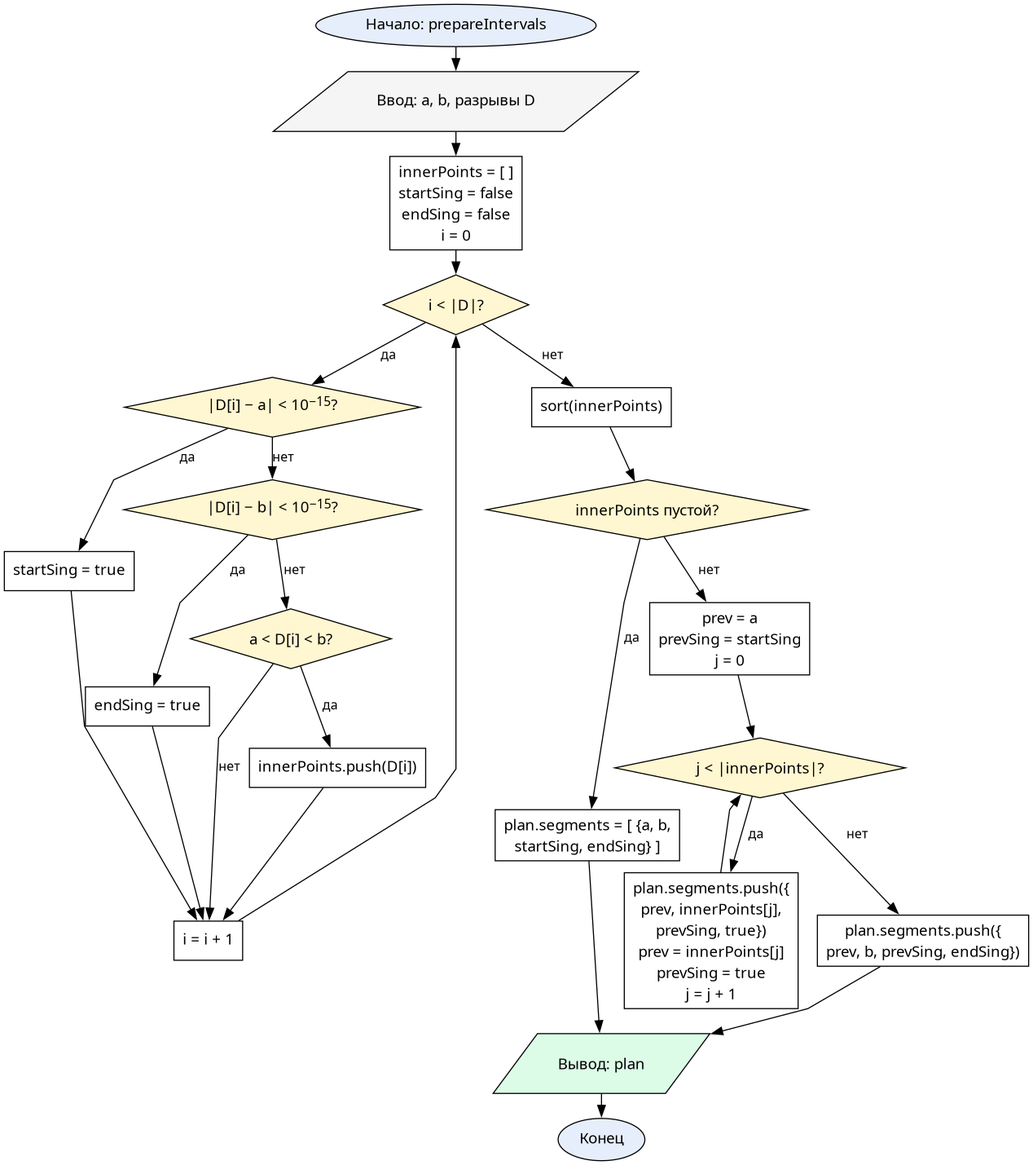
Oriptal/calc-math-lab2 keeps this Graphviz diagram as reports/resources/flowcharts/prepare_intervals.png. Above is the earlier version. Its source is kept beside it as reports/resources/flowcharts/prepare_intervals.dot. Source of this version:
```dot
digraph PrepareIntervals {
  graph [fontname="CMU Serif", rankdir=TB, nodesep=0.25, ranksep=0.3, splines=polyline]
  node  [fontname="CMU Serif", fontsize=14, style="filled", fillcolor="#ffffff", color="#000000"]
  edge  [fontname="CMU Serif", fontsize=12, color="#000000"]

  start [label="Начало: prepareIntervals", shape=oval, fillcolor="#e6eefc"]
  input [label="Ввод: a, b, разрывы D", shape=parallelogram, fillcolor="#f5f5f5"]
  init  [label=<innerPoints = [ ]<BR/>startSing = false<BR/>endSing = false<BR/>i = 0>, shape=box]

  loopD    [label=<i &lt; |D|?>, shape=diamond, fillcolor="#fff7d1"]
  isStart  [label=<|D[i] − a| &lt; 10<SUP>−15</SUP>?>, shape=diamond, fillcolor="#fff7d1"]
  setStart [label="startSing = true", shape=box]
  isEnd    [label=<|D[i] − b| &lt; 10<SUP>−15</SUP>?>, shape=diamond, fillcolor="#fff7d1"]
  setEnd   [label="endSing = true", shape=box]
  isInner  [label=<a &lt; D[i] &lt; b?>, shape=diamond, fillcolor="#fff7d1"]
  pushInn  [label="innerPoints.push(D[i])", shape=box]
  incrI    [label="i = i + 1", shape=box]

  sortInn  [label="sort(innerPoints)", shape=box]
  hasInn   [label=<innerPoints пустой?>, shape=diamond, fillcolor="#fff7d1"]

  oneSeg   [label=<plan.segments = [ {a, b,<BR/>startSing, endSing} ]>, shape=box]

  initSplit [label=<prev = a<BR/>prevSing = startSing<BR/>j = 0>, shape=box]
  loopInner [label=<j &lt; |innerPoints|?>, shape=diamond, fillcolor="#fff7d1"]
  pushSeg   [label=<plan.segments.push({<BR/>prev, innerPoints[j],<BR/>prevSing, true})<BR/>prev = innerPoints[j]<BR/>prevSing = true<BR/>j = j + 1>, shape=box]
  pushTail  [label=<plan.segments.push({<BR/>prev, b, prevSing, endSing})>, shape=box]

  ret  [label=<Вывод: plan>, shape=parallelogram, fillcolor="#dcfce7"]
  stop [label="Конец", shape=oval, fillcolor="#e6eefc"]

  start -> input -> init -> loopD
  loopD -> sortInn [label="нет"]
  loopD -> isStart [label="да"]
  isStart -> setStart [label="да"]
  setStart -> incrI
  isStart -> isEnd [label="нет"]
  isEnd -> setEnd [label="да"]
  setEnd -> incrI
  isEnd -> isInner [label="нет"]
  isInner -> pushInn [label="да"]
  pushInn -> incrI
  isInner -> incrI [label="нет"]
  incrI -> loopD

  sortInn -> hasInn
  hasInn -> oneSeg [label="да"]
  oneSeg -> ret
  hasInn -> initSplit [label="нет"]
  initSplit -> loopInner
  loopInner -> pushSeg [label="да"]
  pushSeg -> loopInner
  loopInner -> pushTail [label="нет"]
  pushTail -> ret
  ret -> stop
}
```
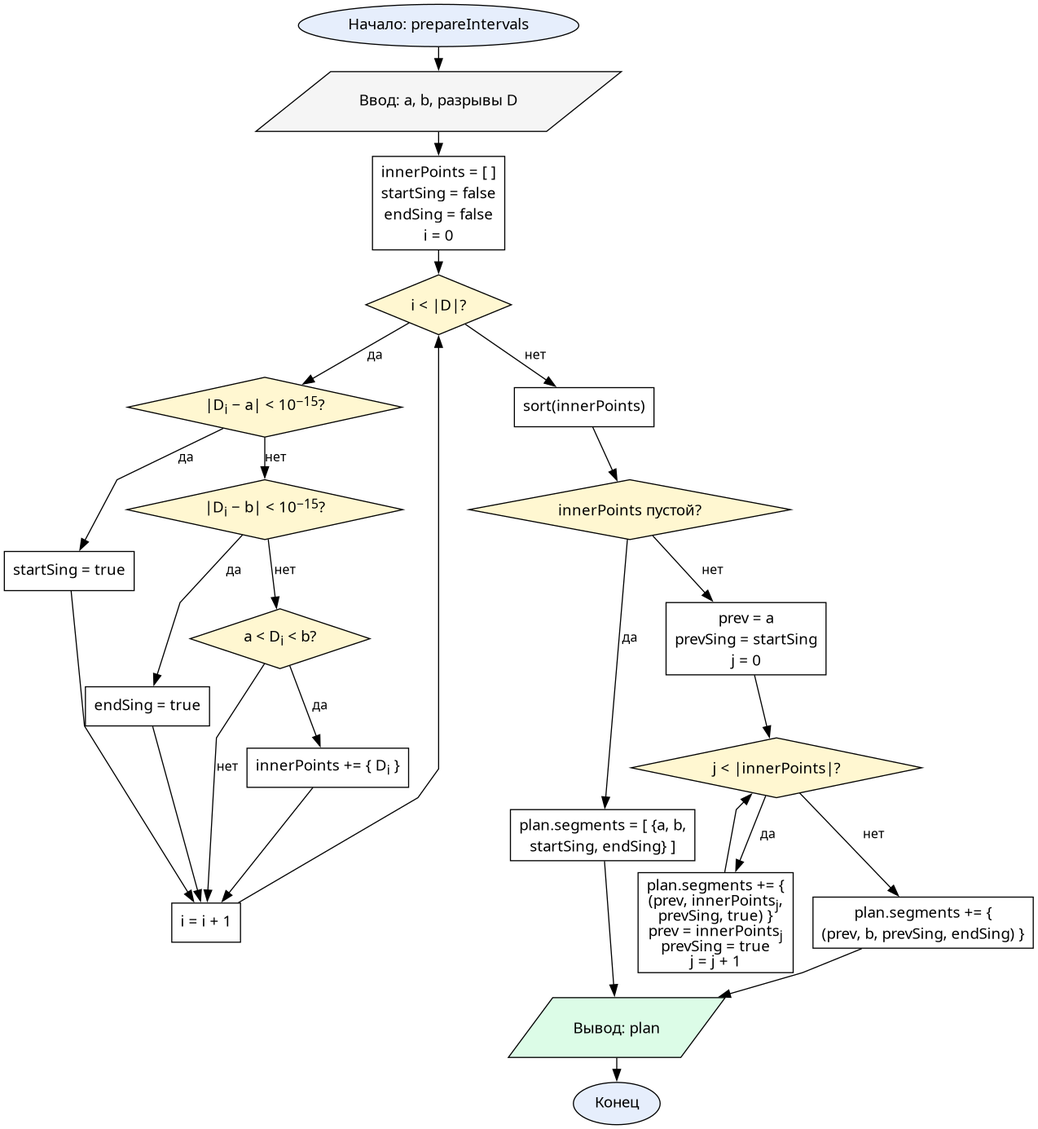
Later version of the same file.

The edit, as a diff of the source:
```diff
@@ -8,12 +8,12 @@
   init  [label=<innerPoints = [ ]<BR/>startSing = false<BR/>endSing = false<BR/>i = 0>, shape=box]
 
   loopD    [label=<i &lt; |D|?>, shape=diamond, fillcolor="#fff7d1"]
-  isStart  [label=<|D[i] − a| &lt; 10<SUP>−15</SUP>?>, shape=diamond, fillcolor="#fff7d1"]
+  isStart  [label=<|D<SUB>i</SUB> − a| &lt; 10<SUP>−15</SUP>?>, shape=diamond, fillcolor="#fff7d1"]
   setStart [label="startSing = true", shape=box]
-  isEnd    [label=<|D[i] − b| &lt; 10<SUP>−15</SUP>?>, shape=diamond, fillcolor="#fff7d1"]
+  isEnd    [label=<|D<SUB>i</SUB> − b| &lt; 10<SUP>−15</SUP>?>, shape=diamond, fillcolor="#fff7d1"]
   setEnd   [label="endSing = true", shape=box]
-  isInner  [label=<a &lt; D[i] &lt; b?>, shape=diamond, fillcolor="#fff7d1"]
-  pushInn  [label="innerPoints.push(D[i])", shape=box]
+  isInner  [label=<a &lt; D<SUB>i</SUB> &lt; b?>, shape=diamond, fillcolor="#fff7d1"]
+  pushInn  [label=<innerPoints += { D<SUB>i</SUB> }>, shape=box]
   incrI    [label="i = i + 1", shape=box]
 
   sortInn  [label="sort(innerPoints)", shape=box]
@@ -23,8 +23,8 @@
 
   initSplit [label=<prev = a<BR/>prevSing = startSing<BR/>j = 0>, shape=box]
   loopInner [label=<j &lt; |innerPoints|?>, shape=diamond, fillcolor="#fff7d1"]
-  pushSeg   [label=<plan.segments.push({<BR/>prev, innerPoints[j],<BR/>prevSing, true})<BR/>prev = innerPoints[j]<BR/>prevSing = true<BR/>j = j + 1>, shape=box]
-  pushTail  [label=<plan.segments.push({<BR/>prev, b, prevSing, endSing})>, shape=box]
+  pushSeg   [label=<plan.segments += {<BR/>(prev, innerPoints<SUB>j</SUB>,<BR/>prevSing, true) }<BR/>prev = innerPoints<SUB>j</SUB><BR/>prevSing = true<BR/>j = j + 1>, shape=box]
+  pushTail  [label=<plan.segments += {<BR/>(prev, b, prevSing, endSing) }>, shape=box]
 
   ret  [label=<Вывод: plan>, shape=parallelogram, fillcolor="#dcfce7"]
   stop [label="Конец", shape=oval, fillcolor="#e6eefc"]
```
